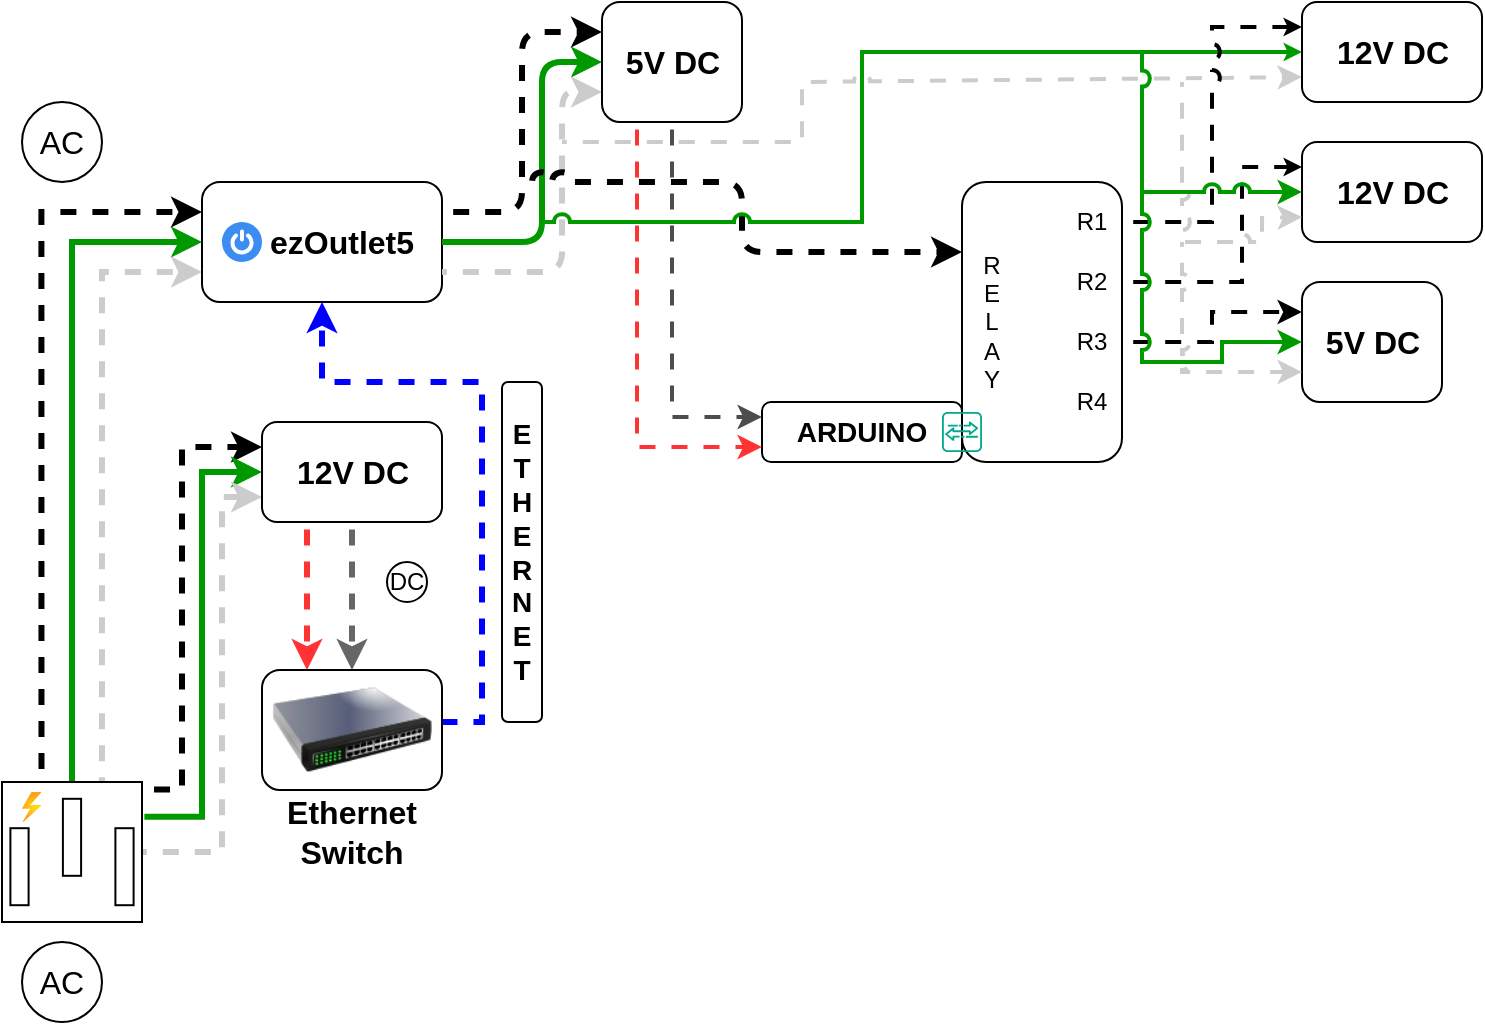
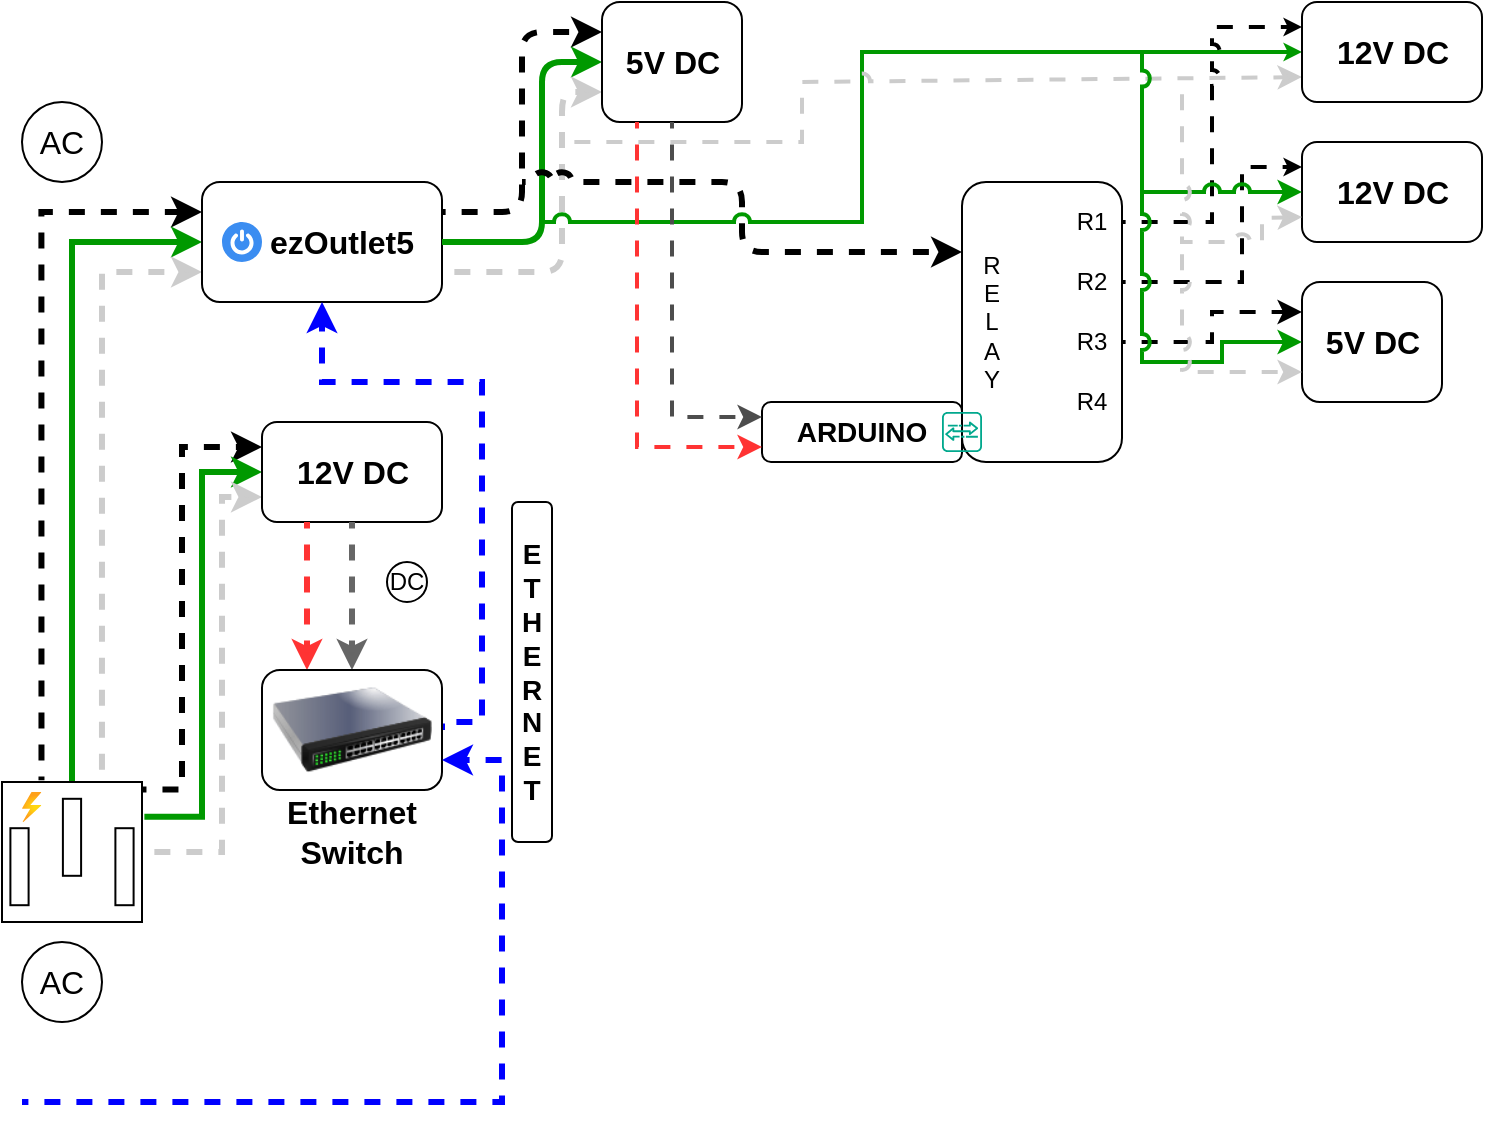
<mxfile host="app.diagrams.net" agent="Mozilla/5.0 (Windows NT 10.0; Win64; x64) AppleWebKit/537.36 (KHTML, like Gecko) Chrome/131.0.0.0 Safari/537.36 Edg/131.0.0.0" version="25.0.3">
  <diagram name="Page-1" id="VlRkN-xOVygPYa-iD9Ir">
-     <mxGraphModel dx="2100" dy="1316" grid="1" gridSize="10" guides="1" tooltips="1" connect="1" arrows="1" fold="1" page="1" pageScale="1" pageWidth="1600" pageHeight="900" background="none" math="0" shadow="0">
+     <mxGraphModel dx="420" dy="263" grid="1" gridSize="10" guides="1" tooltips="1" connect="1" arrows="1" fold="1" page="1" pageScale="1" pageWidth="1600" pageHeight="900" background="none" math="0" shadow="0">
      <root>
        <mxCell id="0" />
        <mxCell id="1" parent="0" />
-         <mxCell id="JVLtuT8sySUBbFbLTn6r-3" style="edgeStyle=orthogonalEdgeStyle;rounded=0;orthogonalLoop=1;jettySize=auto;html=1;entryX=0;entryY=0.25;entryDx=0;entryDy=0;exitX=0.282;exitY=-0.013;exitDx=0;exitDy=0;exitPerimeter=0;strokeWidth=3;flowAnimation=1;flowAnimationDirection=alternate;flowAnimationTimingFunction=ease-in-out;flowAnimationDuration=1500;" edge="1" parent="1" source="pD8juBFKP1GN8B8eYQTb-1" target="pD8juBFKP1GN8B8eYQTb-3">
-           <mxGeometry relative="1" as="geometry" />
-         </mxCell>
-         <mxCell id="JVLtuT8sySUBbFbLTn6r-4" style="edgeStyle=orthogonalEdgeStyle;rounded=0;orthogonalLoop=1;jettySize=auto;html=1;exitX=0.5;exitY=0;exitDx=0;exitDy=0;exitPerimeter=0;entryX=0;entryY=0.5;entryDx=0;entryDy=0;strokeColor=#009900;strokeWidth=3;" edge="1" parent="1" source="pD8juBFKP1GN8B8eYQTb-1" target="pD8juBFKP1GN8B8eYQTb-3">
-           <mxGeometry relative="1" as="geometry" />
-         </mxCell>
-         <mxCell id="JVLtuT8sySUBbFbLTn6r-5" style="edgeStyle=orthogonalEdgeStyle;rounded=0;orthogonalLoop=1;jettySize=auto;html=1;entryX=0;entryY=0.75;entryDx=0;entryDy=0;exitX=0.714;exitY=0;exitDx=0;exitDy=0;exitPerimeter=0;strokeWidth=3;strokeColor=#CCCCCC;flowAnimation=1;flowAnimationDirection=alternate-reverse;flowAnimationTimingFunction=ease-in-out;flowAnimationDuration=1500;" edge="1" parent="1" source="pD8juBFKP1GN8B8eYQTb-1" target="pD8juBFKP1GN8B8eYQTb-3">
+         <mxCell id="JVLtuT8sySUBbFbLTn6r-3" style="edgeStyle=orthogonalEdgeStyle;rounded=0;orthogonalLoop=1;jettySize=auto;html=1;entryX=0;entryY=0.25;entryDx=0;entryDy=0;exitX=0.282;exitY=-0.013;exitDx=0;exitDy=0;exitPerimeter=0;strokeWidth=3;flowAnimation=1;flowAnimationDirection=alternate;flowAnimationTimingFunction=ease-in-out;flowAnimationDuration=1500;" parent="1" source="pD8juBFKP1GN8B8eYQTb-1" target="pD8juBFKP1GN8B8eYQTb-3" edge="1">
+           <mxGeometry relative="1" as="geometry" />
+         </mxCell>
+         <mxCell id="JVLtuT8sySUBbFbLTn6r-4" style="edgeStyle=orthogonalEdgeStyle;rounded=0;orthogonalLoop=1;jettySize=auto;html=1;exitX=0.5;exitY=0;exitDx=0;exitDy=0;exitPerimeter=0;entryX=0;entryY=0.5;entryDx=0;entryDy=0;strokeColor=#009900;strokeWidth=3;" parent="1" source="pD8juBFKP1GN8B8eYQTb-1" target="pD8juBFKP1GN8B8eYQTb-3" edge="1">
+           <mxGeometry relative="1" as="geometry" />
+         </mxCell>
+         <mxCell id="JVLtuT8sySUBbFbLTn6r-5" style="edgeStyle=orthogonalEdgeStyle;rounded=0;orthogonalLoop=1;jettySize=auto;html=1;entryX=0;entryY=0.75;entryDx=0;entryDy=0;exitX=0.714;exitY=0;exitDx=0;exitDy=0;exitPerimeter=0;strokeWidth=3;strokeColor=#CCCCCC;flowAnimation=1;flowAnimationDirection=alternate-reverse;flowAnimationTimingFunction=ease-in-out;flowAnimationDuration=1500;" parent="1" source="pD8juBFKP1GN8B8eYQTb-1" target="pD8juBFKP1GN8B8eYQTb-3" edge="1">
          <mxGeometry relative="1" as="geometry">
            <mxPoint x="120" y="320" as="targetPoint" />
          </mxGeometry>
        </mxCell>
-         <mxCell id="JVLtuT8sySUBbFbLTn6r-6" style="edgeStyle=orthogonalEdgeStyle;rounded=0;orthogonalLoop=1;jettySize=auto;html=1;entryX=0;entryY=0.25;entryDx=0;entryDy=0;exitX=1.006;exitY=0.054;exitDx=0;exitDy=0;exitPerimeter=0;strokeWidth=3;flowAnimation=1;flowAnimationDirection=alternate;flowAnimationTimingFunction=ease-in-out;flowAnimationDuration=1500;" edge="1" parent="1" source="pD8juBFKP1GN8B8eYQTb-1" target="pD8juBFKP1GN8B8eYQTb-24">
+         <mxCell id="JVLtuT8sySUBbFbLTn6r-6" style="edgeStyle=orthogonalEdgeStyle;rounded=0;orthogonalLoop=1;jettySize=auto;html=1;entryX=0;entryY=0.25;entryDx=0;entryDy=0;exitX=1.006;exitY=0.054;exitDx=0;exitDy=0;exitPerimeter=0;strokeWidth=3;flowAnimation=1;flowAnimationDirection=alternate;flowAnimationTimingFunction=ease-in-out;flowAnimationDuration=1500;" parent="1" source="pD8juBFKP1GN8B8eYQTb-1" target="pD8juBFKP1GN8B8eYQTb-24" edge="1">
          <mxGeometry relative="1" as="geometry">
            <Array as="points">
              <mxPoint x="120" y="404" />
              <mxPoint x="120" y="233" />
            </Array>
          </mxGeometry>
        </mxCell>
-         <mxCell id="JVLtuT8sySUBbFbLTn6r-7" style="edgeStyle=orthogonalEdgeStyle;rounded=0;orthogonalLoop=1;jettySize=auto;html=1;entryX=0;entryY=0.5;entryDx=0;entryDy=0;exitX=1.017;exitY=0.249;exitDx=0;exitDy=0;exitPerimeter=0;strokeWidth=3;strokeColor=#009900;" edge="1" parent="1" source="pD8juBFKP1GN8B8eYQTb-1" target="pD8juBFKP1GN8B8eYQTb-24">
-           <mxGeometry relative="1" as="geometry" />
-         </mxCell>
-         <mxCell id="JVLtuT8sySUBbFbLTn6r-8" style="edgeStyle=orthogonalEdgeStyle;rounded=0;orthogonalLoop=1;jettySize=auto;html=1;entryX=0;entryY=0.75;entryDx=0;entryDy=0;strokeColor=#CCCCCC;strokeWidth=3;flowAnimation=1;flowAnimationDirection=alternate-reverse;flowAnimationTimingFunction=ease-in-out;flowAnimationDuration=1500;" edge="1" parent="1" source="pD8juBFKP1GN8B8eYQTb-1" target="pD8juBFKP1GN8B8eYQTb-24">
+         <mxCell id="JVLtuT8sySUBbFbLTn6r-7" style="edgeStyle=orthogonalEdgeStyle;rounded=0;orthogonalLoop=1;jettySize=auto;html=1;entryX=0;entryY=0.5;entryDx=0;entryDy=0;exitX=1.017;exitY=0.249;exitDx=0;exitDy=0;exitPerimeter=0;strokeWidth=3;strokeColor=#009900;" parent="1" source="pD8juBFKP1GN8B8eYQTb-1" target="pD8juBFKP1GN8B8eYQTb-24" edge="1">
+           <mxGeometry relative="1" as="geometry" />
+         </mxCell>
+         <mxCell id="JVLtuT8sySUBbFbLTn6r-8" style="edgeStyle=orthogonalEdgeStyle;rounded=0;orthogonalLoop=1;jettySize=auto;html=1;entryX=0;entryY=0.75;entryDx=0;entryDy=0;strokeColor=#CCCCCC;strokeWidth=3;flowAnimation=1;flowAnimationDirection=alternate-reverse;flowAnimationTimingFunction=ease-in-out;flowAnimationDuration=1500;" parent="1" source="pD8juBFKP1GN8B8eYQTb-1" target="pD8juBFKP1GN8B8eYQTb-24" edge="1">
          <mxGeometry relative="1" as="geometry">
            <Array as="points">
              <mxPoint x="140" y="435" />
              <mxPoint x="140" y="258" />
            </Array>
          </mxGeometry>
        </mxCell>
-         <mxCell id="JVLtuT8sySUBbFbLTn6r-1" value="" style="group" vertex="1" connectable="0" parent="1">
+         <mxCell id="JVLtuT8sySUBbFbLTn6r-1" value="" style="group" parent="1" vertex="1" connectable="0">
          <mxGeometry x="30" y="480" width="60" height="40" as="geometry" />
        </mxCell>
        <mxCell id="pD8juBFKP1GN8B8eYQTb-22" value="AC" style="text;html=1;align=center;verticalAlign=middle;whiteSpace=wrap;rounded=0;fontSize=16;" parent="JVLtuT8sySUBbFbLTn6r-1" vertex="1">
          <mxGeometry y="5" width="60" height="30" as="geometry" />
        </mxCell>
        <mxCell id="pD8juBFKP1GN8B8eYQTb-23" value="" style="ellipse;whiteSpace=wrap;html=1;fillColor=none;" parent="JVLtuT8sySUBbFbLTn6r-1" vertex="1">
          <mxGeometry x="10" width="40" height="40" as="geometry" />
        </mxCell>
-         <mxCell id="JVLtuT8sySUBbFbLTn6r-2" value="" style="group" vertex="1" connectable="0" parent="1">
+         <mxCell id="JVLtuT8sySUBbFbLTn6r-2" value="" style="group" parent="1" vertex="1" connectable="0">
          <mxGeometry x="30" y="60" width="60" height="40" as="geometry" />
        </mxCell>
        <mxCell id="pD8juBFKP1GN8B8eYQTb-9" value="" style="ellipse;whiteSpace=wrap;html=1;fillColor=none;" parent="JVLtuT8sySUBbFbLTn6r-2" vertex="1">
          <mxGeometry x="10" width="40" height="40" as="geometry" />
        </mxCell>
        <mxCell id="pD8juBFKP1GN8B8eYQTb-11" value="AC" style="text;html=1;align=center;verticalAlign=middle;whiteSpace=wrap;rounded=0;fontSize=16;" parent="JVLtuT8sySUBbFbLTn6r-2" vertex="1">
          <mxGeometry y="5" width="60" height="30" as="geometry" />
        </mxCell>
-         <mxCell id="JVLtuT8sySUBbFbLTn6r-9" value="" style="group" vertex="1" connectable="0" parent="1">
+         <mxCell id="JVLtuT8sySUBbFbLTn6r-9" value="" style="group" parent="1" vertex="1" connectable="0">
          <mxGeometry x="130" y="100" width="120" height="60" as="geometry" />
        </mxCell>
-         <mxCell id="JVLtuT8sySUBbFbLTn6r-16" value="" style="group" vertex="1" connectable="0" parent="JVLtuT8sySUBbFbLTn6r-9">
+         <mxCell id="JVLtuT8sySUBbFbLTn6r-16" value="" style="group" parent="JVLtuT8sySUBbFbLTn6r-9" vertex="1" connectable="0">
          <mxGeometry width="120" height="60" as="geometry" />
        </mxCell>
        <mxCell id="pD8juBFKP1GN8B8eYQTb-3" value="" style="rounded=1;whiteSpace=wrap;html=1;" parent="JVLtuT8sySUBbFbLTn6r-16" vertex="1">
          <mxGeometry width="120" height="60" as="geometry" />
        </mxCell>
-         <mxCell id="JVLtuT8sySUBbFbLTn6r-13" value="" style="sketch=0;html=1;aspect=fixed;strokeColor=none;shadow=0;fillColor=#3B8DF1;verticalAlign=top;labelPosition=center;verticalLabelPosition=bottom;shape=mxgraph.gcp2.a7_power" vertex="1" parent="JVLtuT8sySUBbFbLTn6r-16">
+         <mxCell id="JVLtuT8sySUBbFbLTn6r-13" value="" style="sketch=0;html=1;aspect=fixed;strokeColor=none;shadow=0;fillColor=#3B8DF1;verticalAlign=top;labelPosition=center;verticalLabelPosition=bottom;shape=mxgraph.gcp2.a7_power" parent="JVLtuT8sySUBbFbLTn6r-16" vertex="1">
          <mxGeometry x="10" y="20" width="20" height="20" as="geometry" />
        </mxCell>
        <mxCell id="pD8juBFKP1GN8B8eYQTb-15" value="&lt;b&gt;ezOutlet5&lt;/b&gt;" style="text;html=1;align=center;verticalAlign=middle;whiteSpace=wrap;rounded=0;fontSize=16;" parent="JVLtuT8sySUBbFbLTn6r-16" vertex="1">
          <mxGeometry x="40" y="10" width="60" height="40" as="geometry" />
        </mxCell>
-         <mxCell id="JVLtuT8sySUBbFbLTn6r-11" value="" style="group" vertex="1" connectable="0" parent="1">
+         <mxCell id="JVLtuT8sySUBbFbLTn6r-11" value="" style="group" parent="1" vertex="1" connectable="0">
          <mxGeometry x="160" y="220" width="90" height="50" as="geometry" />
        </mxCell>
-         <mxCell id="JVLtuT8sySUBbFbLTn6r-72" value="" style="group" vertex="1" connectable="0" parent="JVLtuT8sySUBbFbLTn6r-11">
+         <mxCell id="JVLtuT8sySUBbFbLTn6r-72" value="" style="group" parent="JVLtuT8sySUBbFbLTn6r-11" vertex="1" connectable="0">
          <mxGeometry width="90" height="50" as="geometry" />
        </mxCell>
        <mxCell id="pD8juBFKP1GN8B8eYQTb-24" value="" style="rounded=1;whiteSpace=wrap;html=1;" parent="JVLtuT8sySUBbFbLTn6r-72" vertex="1">
          <mxGeometry width="90" height="50" as="geometry" />
        </mxCell>
-         <mxCell id="JVLtuT8sySUBbFbLTn6r-10" value="&lt;font style=&quot;font-size: 16px;&quot;&gt;&lt;b&gt;12V DC&lt;/b&gt;&lt;/font&gt;" style="text;html=1;align=center;verticalAlign=middle;whiteSpace=wrap;rounded=0;" vertex="1" parent="JVLtuT8sySUBbFbLTn6r-72">
+         <mxCell id="JVLtuT8sySUBbFbLTn6r-10" value="&lt;font style=&quot;font-size: 16px;&quot;&gt;&lt;b&gt;12V DC&lt;/b&gt;&lt;/font&gt;" style="text;html=1;align=center;verticalAlign=middle;whiteSpace=wrap;rounded=0;" parent="JVLtuT8sySUBbFbLTn6r-72" vertex="1">
          <mxGeometry x="15.75" y="10" width="58.5" height="30" as="geometry" />
        </mxCell>
-         <mxCell id="JVLtuT8sySUBbFbLTn6r-18" value="" style="group" vertex="1" connectable="0" parent="1">
+         <mxCell id="JVLtuT8sySUBbFbLTn6r-18" value="" style="group" parent="1" vertex="1" connectable="0">
          <mxGeometry x="30" y="400" width="70" height="70" as="geometry" />
        </mxCell>
        <mxCell id="pD8juBFKP1GN8B8eYQTb-1" value="" style="pointerEvents=1;verticalLabelPosition=bottom;shadow=0;dashed=0;align=center;html=1;verticalAlign=top;shape=mxgraph.electrical.miscellaneous.ac_out" parent="JVLtuT8sySUBbFbLTn6r-18" vertex="1">
          <mxGeometry width="70" height="70" as="geometry" />
        </mxCell>
-         <mxCell id="JVLtuT8sySUBbFbLTn6r-12" value="" style="image;aspect=fixed;html=1;points=[];align=center;fontSize=12;image=img/lib/azure2/general/Power.svg;" vertex="1" parent="JVLtuT8sySUBbFbLTn6r-18">
+         <mxCell id="JVLtuT8sySUBbFbLTn6r-12" value="" style="image;aspect=fixed;html=1;points=[];align=center;fontSize=12;image=img/lib/azure2/general/Power.svg;" parent="JVLtuT8sySUBbFbLTn6r-18" vertex="1">
          <mxGeometry x="10" y="5" width="9.72" height="15" as="geometry" />
        </mxCell>
-         <mxCell id="JVLtuT8sySUBbFbLTn6r-23" style="edgeStyle=orthogonalEdgeStyle;rounded=0;orthogonalLoop=1;jettySize=auto;html=1;entryX=0.25;entryY=0;entryDx=0;entryDy=0;exitX=0.25;exitY=1;exitDx=0;exitDy=0;strokeColor=#FF3333;strokeWidth=3;flowAnimation=1;" edge="1" parent="1" source="pD8juBFKP1GN8B8eYQTb-24" target="JVLtuT8sySUBbFbLTn6r-19">
-           <mxGeometry relative="1" as="geometry" />
-         </mxCell>
-         <mxCell id="JVLtuT8sySUBbFbLTn6r-28" value="" style="group" vertex="1" connectable="0" parent="1">
+         <mxCell id="JVLtuT8sySUBbFbLTn6r-23" style="edgeStyle=orthogonalEdgeStyle;rounded=0;orthogonalLoop=1;jettySize=auto;html=1;entryX=0.25;entryY=0;entryDx=0;entryDy=0;exitX=0.25;exitY=1;exitDx=0;exitDy=0;strokeColor=#FF3333;strokeWidth=3;flowAnimation=1;" parent="1" source="pD8juBFKP1GN8B8eYQTb-24" target="JVLtuT8sySUBbFbLTn6r-19" edge="1">
+           <mxGeometry relative="1" as="geometry" />
+         </mxCell>
+         <mxCell id="JVLtuT8sySUBbFbLTn6r-28" value="" style="group" parent="1" vertex="1" connectable="0">
          <mxGeometry x="220" y="290" width="25" height="20" as="geometry" />
        </mxCell>
-         <mxCell id="JVLtuT8sySUBbFbLTn6r-26" value="" style="ellipse;whiteSpace=wrap;html=1;aspect=fixed;" vertex="1" parent="JVLtuT8sySUBbFbLTn6r-28">
+         <mxCell id="JVLtuT8sySUBbFbLTn6r-26" value="" style="ellipse;whiteSpace=wrap;html=1;aspect=fixed;" parent="JVLtuT8sySUBbFbLTn6r-28" vertex="1">
          <mxGeometry x="2.5" width="20" height="20" as="geometry" />
        </mxCell>
-         <mxCell id="JVLtuT8sySUBbFbLTn6r-27" value="&lt;font&gt;DC&lt;/font&gt;" style="text;html=1;align=center;verticalAlign=middle;whiteSpace=wrap;rounded=0;" vertex="1" parent="JVLtuT8sySUBbFbLTn6r-28">
+         <mxCell id="JVLtuT8sySUBbFbLTn6r-27" value="&lt;font&gt;DC&lt;/font&gt;" style="text;html=1;align=center;verticalAlign=middle;whiteSpace=wrap;rounded=0;" parent="JVLtuT8sySUBbFbLTn6r-28" vertex="1">
          <mxGeometry y="2.5" width="25" height="15" as="geometry" />
        </mxCell>
-         <mxCell id="JVLtuT8sySUBbFbLTn6r-29" style="edgeStyle=orthogonalEdgeStyle;rounded=0;orthogonalLoop=1;jettySize=auto;html=1;exitX=0.5;exitY=1;exitDx=0;exitDy=0;entryX=0.5;entryY=0;entryDx=0;entryDy=0;strokeWidth=3;flowAnimation=1;strokeColor=#666666;" edge="1" parent="1" source="pD8juBFKP1GN8B8eYQTb-24" target="JVLtuT8sySUBbFbLTn6r-19">
-           <mxGeometry relative="1" as="geometry" />
-         </mxCell>
-         <mxCell id="JVLtuT8sySUBbFbLTn6r-30" style="edgeStyle=orthogonalEdgeStyle;rounded=0;orthogonalLoop=1;jettySize=auto;html=1;exitX=1;exitY=0.5;exitDx=0;exitDy=0;entryX=0.5;entryY=1;entryDx=0;entryDy=0;strokeColor=#0000FF;strokeWidth=3;flowAnimation=1;" edge="1" parent="1" source="JVLtuT8sySUBbFbLTn6r-19" target="pD8juBFKP1GN8B8eYQTb-3">
+         <mxCell id="JVLtuT8sySUBbFbLTn6r-29" style="edgeStyle=orthogonalEdgeStyle;rounded=0;orthogonalLoop=1;jettySize=auto;html=1;exitX=0.5;exitY=1;exitDx=0;exitDy=0;entryX=0.5;entryY=0;entryDx=0;entryDy=0;strokeWidth=3;flowAnimation=1;strokeColor=#666666;" parent="1" source="pD8juBFKP1GN8B8eYQTb-24" target="JVLtuT8sySUBbFbLTn6r-19" edge="1">
+           <mxGeometry relative="1" as="geometry" />
+         </mxCell>
+         <mxCell id="JVLtuT8sySUBbFbLTn6r-30" style="edgeStyle=orthogonalEdgeStyle;rounded=0;orthogonalLoop=1;jettySize=auto;html=1;exitX=1;exitY=0.5;exitDx=0;exitDy=0;entryX=0.5;entryY=1;entryDx=0;entryDy=0;strokeColor=#0000FF;strokeWidth=3;flowAnimation=1;" parent="1" source="JVLtuT8sySUBbFbLTn6r-19" target="pD8juBFKP1GN8B8eYQTb-3" edge="1">
          <mxGeometry relative="1" as="geometry">
            <Array as="points">
              <mxPoint x="270" y="370" />
              <mxPoint x="270" y="200" />
              <mxPoint x="190" y="200" />
            </Array>
          </mxGeometry>
        </mxCell>
-         <mxCell id="JVLtuT8sySUBbFbLTn6r-31" value="" style="rounded=1;whiteSpace=wrap;html=1;" vertex="1" parent="1">
-           <mxGeometry x="280" y="200" width="20" height="170" as="geometry" />
-         </mxCell>
-         <mxCell id="JVLtuT8sySUBbFbLTn6r-32" value="&lt;b&gt;&lt;font style=&quot;font-size: 14px;&quot;&gt;E&lt;/font&gt;&lt;/b&gt;&lt;div&gt;&lt;b&gt;&lt;font style=&quot;font-size: 14px;&quot;&gt;T&lt;/font&gt;&lt;/b&gt;&lt;/div&gt;&lt;div&gt;&lt;b&gt;&lt;font style=&quot;font-size: 14px;&quot;&gt;H&lt;/font&gt;&lt;/b&gt;&lt;/div&gt;&lt;div&gt;&lt;b&gt;&lt;font style=&quot;font-size: 14px;&quot;&gt;E&lt;/font&gt;&lt;/b&gt;&lt;/div&gt;&lt;div&gt;&lt;b&gt;&lt;font style=&quot;font-size: 14px;&quot;&gt;R&lt;/font&gt;&lt;/b&gt;&lt;/div&gt;&lt;div&gt;&lt;b&gt;&lt;font style=&quot;font-size: 14px;&quot;&gt;N&lt;/font&gt;&lt;/b&gt;&lt;/div&gt;&lt;div&gt;&lt;b&gt;&lt;font style=&quot;font-size: 14px;&quot;&gt;E&lt;/font&gt;&lt;/b&gt;&lt;/div&gt;&lt;div&gt;&lt;b&gt;&lt;font style=&quot;font-size: 14px;&quot;&gt;T&lt;/font&gt;&lt;/b&gt;&lt;/div&gt;" style="text;html=1;align=center;verticalAlign=middle;whiteSpace=wrap;rounded=0;" vertex="1" parent="1">
-           <mxGeometry x="275" y="180" width="30" height="210" as="geometry" />
-         </mxCell>
-         <mxCell id="JVLtuT8sySUBbFbLTn6r-33" value="" style="rounded=1;whiteSpace=wrap;html=1;" vertex="1" parent="1">
+         <mxCell id="JVLtuT8sySUBbFbLTn6r-33" value="" style="rounded=1;whiteSpace=wrap;html=1;" parent="1" vertex="1">
          <mxGeometry x="510" y="100" width="80" height="140" as="geometry" />
        </mxCell>
-         <mxCell id="JVLtuT8sySUBbFbLTn6r-35" style="edgeStyle=orthogonalEdgeStyle;rounded=1;orthogonalLoop=1;jettySize=auto;html=1;exitX=1;exitY=0.25;exitDx=0;exitDy=0;entryX=0;entryY=0.25;entryDx=0;entryDy=0;curved=0;strokeWidth=3;flowAnimation=1;flowAnimationDirection=alternate;flowAnimationTimingFunction=ease-in-out;flowAnimationDuration=1500;" edge="1" parent="1" source="pD8juBFKP1GN8B8eYQTb-3" target="JVLtuT8sySUBbFbLTn6r-34">
-           <mxGeometry relative="1" as="geometry" />
-         </mxCell>
-         <mxCell id="JVLtuT8sySUBbFbLTn6r-36" style="edgeStyle=orthogonalEdgeStyle;rounded=1;orthogonalLoop=1;jettySize=auto;html=1;exitX=1;exitY=0.5;exitDx=0;exitDy=0;entryX=0;entryY=0.5;entryDx=0;entryDy=0;curved=0;strokeWidth=3;strokeColor=#009900;" edge="1" parent="1" source="pD8juBFKP1GN8B8eYQTb-3" target="JVLtuT8sySUBbFbLTn6r-34">
+         <mxCell id="JVLtuT8sySUBbFbLTn6r-35" style="edgeStyle=orthogonalEdgeStyle;rounded=1;orthogonalLoop=1;jettySize=auto;html=1;exitX=1;exitY=0.25;exitDx=0;exitDy=0;entryX=0;entryY=0.25;entryDx=0;entryDy=0;curved=0;strokeWidth=3;flowAnimation=1;flowAnimationDirection=alternate;flowAnimationTimingFunction=ease-in-out;flowAnimationDuration=1500;" parent="1" source="pD8juBFKP1GN8B8eYQTb-3" target="JVLtuT8sySUBbFbLTn6r-34" edge="1">
+           <mxGeometry relative="1" as="geometry" />
+         </mxCell>
+         <mxCell id="JVLtuT8sySUBbFbLTn6r-36" style="edgeStyle=orthogonalEdgeStyle;rounded=1;orthogonalLoop=1;jettySize=auto;html=1;exitX=1;exitY=0.5;exitDx=0;exitDy=0;entryX=0;entryY=0.5;entryDx=0;entryDy=0;curved=0;strokeWidth=3;strokeColor=#009900;" parent="1" source="pD8juBFKP1GN8B8eYQTb-3" target="JVLtuT8sySUBbFbLTn6r-34" edge="1">
          <mxGeometry relative="1" as="geometry">
            <Array as="points">
              <mxPoint x="300" y="130" />
              <mxPoint x="300" y="40" />
            </Array>
          </mxGeometry>
        </mxCell>
-         <mxCell id="JVLtuT8sySUBbFbLTn6r-37" style="edgeStyle=orthogonalEdgeStyle;rounded=1;orthogonalLoop=1;jettySize=auto;html=1;exitX=1;exitY=0.75;exitDx=0;exitDy=0;entryX=0;entryY=0.75;entryDx=0;entryDy=0;curved=0;strokeColor=#CCCCCC;strokeWidth=3;flowAnimation=1;flowAnimationDirection=alternate-reverse;flowAnimationTimingFunction=ease-in-out;flowAnimationDuration=1500;" edge="1" parent="1" source="pD8juBFKP1GN8B8eYQTb-3" target="JVLtuT8sySUBbFbLTn6r-34">
+         <mxCell id="JVLtuT8sySUBbFbLTn6r-37" style="edgeStyle=orthogonalEdgeStyle;rounded=1;orthogonalLoop=1;jettySize=auto;html=1;exitX=1;exitY=0.75;exitDx=0;exitDy=0;entryX=0;entryY=0.75;entryDx=0;entryDy=0;curved=0;strokeColor=#CCCCCC;strokeWidth=3;flowAnimation=1;flowAnimationDirection=alternate-reverse;flowAnimationTimingFunction=ease-in-out;flowAnimationDuration=1500;" parent="1" source="pD8juBFKP1GN8B8eYQTb-3" target="JVLtuT8sySUBbFbLTn6r-34" edge="1">
          <mxGeometry relative="1" as="geometry">
            <Array as="points">
              <mxPoint x="310" y="145" />
              <mxPoint x="310" y="55" />
            </Array>
          </mxGeometry>
        </mxCell>
-         <mxCell id="JVLtuT8sySUBbFbLTn6r-40" value="" style="endArrow=classic;html=1;rounded=1;curved=0;entryX=0;entryY=0.25;entryDx=0;entryDy=0;jumpStyle=arc;strokeWidth=3;flowAnimation=1;flowAnimationDirection=alternate;flowAnimationTimingFunction=ease-in-out;flowAnimationDuration=1500;" edge="1" parent="1" target="JVLtuT8sySUBbFbLTn6r-33">
+         <mxCell id="JVLtuT8sySUBbFbLTn6r-40" value="" style="endArrow=classic;html=1;rounded=1;curved=0;entryX=0;entryY=0.25;entryDx=0;entryDy=0;jumpStyle=arc;strokeWidth=3;flowAnimation=1;flowAnimationDirection=alternate;flowAnimationTimingFunction=ease-in-out;flowAnimationDuration=1500;" parent="1" target="JVLtuT8sySUBbFbLTn6r-33" edge="1">
          <mxGeometry width="50" height="50" relative="1" as="geometry">
            <mxPoint x="290" y="100" as="sourcePoint" />
            <mxPoint x="410" y="170" as="targetPoint" />
            <Array as="points">
              <mxPoint x="400" y="100" />
              <mxPoint x="400" y="135" />
            </Array>
          </mxGeometry>
        </mxCell>
-         <mxCell id="JVLtuT8sySUBbFbLTn6r-51" value="" style="group" vertex="1" connectable="0" parent="1">
+         <mxCell id="JVLtuT8sySUBbFbLTn6r-51" value="" style="group" parent="1" vertex="1" connectable="0">
          <mxGeometry x="160" y="344" width="90" height="96" as="geometry" />
        </mxCell>
-         <mxCell id="JVLtuT8sySUBbFbLTn6r-21" value="" style="group" vertex="1" connectable="0" parent="JVLtuT8sySUBbFbLTn6r-51">
+         <mxCell id="JVLtuT8sySUBbFbLTn6r-21" value="" style="group" parent="JVLtuT8sySUBbFbLTn6r-51" vertex="1" connectable="0">
          <mxGeometry width="90" height="70" as="geometry" />
        </mxCell>
-         <mxCell id="JVLtuT8sySUBbFbLTn6r-50" value="" style="group" vertex="1" connectable="0" parent="JVLtuT8sySUBbFbLTn6r-21">
+         <mxCell id="JVLtuT8sySUBbFbLTn6r-50" value="" style="group" parent="JVLtuT8sySUBbFbLTn6r-21" vertex="1" connectable="0">
          <mxGeometry width="90" height="70" as="geometry" />
        </mxCell>
-         <mxCell id="JVLtuT8sySUBbFbLTn6r-19" value="" style="rounded=1;whiteSpace=wrap;html=1;" vertex="1" parent="JVLtuT8sySUBbFbLTn6r-50">
+         <mxCell id="JVLtuT8sySUBbFbLTn6r-19" value="" style="rounded=1;whiteSpace=wrap;html=1;" parent="JVLtuT8sySUBbFbLTn6r-50" vertex="1">
          <mxGeometry width="90" height="60" as="geometry" />
        </mxCell>
-         <mxCell id="JVLtuT8sySUBbFbLTn6r-49" value="" style="image;html=1;image=img/lib/clip_art/networking/Switch_128x128.png" vertex="1" parent="JVLtuT8sySUBbFbLTn6r-50">
+         <mxCell id="JVLtuT8sySUBbFbLTn6r-49" value="" style="image;html=1;image=img/lib/clip_art/networking/Switch_128x128.png" parent="JVLtuT8sySUBbFbLTn6r-50" vertex="1">
          <mxGeometry x="5" y="-10" width="80" height="80" as="geometry" />
        </mxCell>
-         <mxCell id="JVLtuT8sySUBbFbLTn6r-20" value="&lt;b&gt;&lt;font style=&quot;font-size: 16px;&quot;&gt;Ethernet&lt;/font&gt;&lt;/b&gt;&lt;div&gt;&lt;b&gt;&lt;font style=&quot;font-size: 16px;&quot;&gt;Switch&lt;/font&gt;&lt;/b&gt;&lt;/div&gt;" style="text;html=1;align=center;verticalAlign=middle;whiteSpace=wrap;rounded=0;" vertex="1" parent="JVLtuT8sySUBbFbLTn6r-51">
+         <mxCell id="JVLtuT8sySUBbFbLTn6r-20" value="&lt;b&gt;&lt;font style=&quot;font-size: 16px;&quot;&gt;Ethernet&lt;/font&gt;&lt;/b&gt;&lt;div&gt;&lt;b&gt;&lt;font style=&quot;font-size: 16px;&quot;&gt;Switch&lt;/font&gt;&lt;/b&gt;&lt;/div&gt;" style="text;html=1;align=center;verticalAlign=middle;whiteSpace=wrap;rounded=0;" parent="JVLtuT8sySUBbFbLTn6r-51" vertex="1">
          <mxGeometry x="15" y="66" width="60" height="30" as="geometry" />
        </mxCell>
-         <mxCell id="JVLtuT8sySUBbFbLTn6r-53" value="" style="group" vertex="1" connectable="0" parent="1">
+         <mxCell id="JVLtuT8sySUBbFbLTn6r-53" value="" style="group" parent="1" vertex="1" connectable="0">
          <mxGeometry x="330" y="10" width="70" height="60" as="geometry" />
        </mxCell>
-         <mxCell id="JVLtuT8sySUBbFbLTn6r-71" value="" style="group" vertex="1" connectable="0" parent="JVLtuT8sySUBbFbLTn6r-53">
+         <mxCell id="JVLtuT8sySUBbFbLTn6r-71" value="" style="group" parent="JVLtuT8sySUBbFbLTn6r-53" vertex="1" connectable="0">
          <mxGeometry width="70" height="60" as="geometry" />
        </mxCell>
-         <mxCell id="JVLtuT8sySUBbFbLTn6r-34" value="" style="rounded=1;whiteSpace=wrap;html=1;" vertex="1" parent="JVLtuT8sySUBbFbLTn6r-71">
+         <mxCell id="JVLtuT8sySUBbFbLTn6r-34" value="" style="rounded=1;whiteSpace=wrap;html=1;" parent="JVLtuT8sySUBbFbLTn6r-71" vertex="1">
          <mxGeometry width="70" height="60" as="geometry" />
        </mxCell>
-         <mxCell id="JVLtuT8sySUBbFbLTn6r-52" value="&lt;font style=&quot;font-size: 16px;&quot;&gt;&lt;b&gt;5&lt;/b&gt;&lt;/font&gt;&lt;b style=&quot;font-size: 16px; background-color: initial;&quot;&gt;V DC&lt;/b&gt;" style="text;html=1;align=center;verticalAlign=middle;whiteSpace=wrap;rounded=0;" vertex="1" parent="JVLtuT8sySUBbFbLTn6r-71">
+         <mxCell id="JVLtuT8sySUBbFbLTn6r-52" value="&lt;font style=&quot;font-size: 16px;&quot;&gt;&lt;b&gt;5&lt;/b&gt;&lt;/font&gt;&lt;b style=&quot;font-size: 16px; background-color: initial;&quot;&gt;V DC&lt;/b&gt;" style="text;html=1;align=center;verticalAlign=middle;whiteSpace=wrap;rounded=0;" parent="JVLtuT8sySUBbFbLTn6r-71" vertex="1">
          <mxGeometry x="5.75" y="15" width="58.5" height="30" as="geometry" />
        </mxCell>
-         <mxCell id="JVLtuT8sySUBbFbLTn6r-54" value="" style="endArrow=classic;html=1;rounded=0;entryX=0;entryY=0.5;entryDx=0;entryDy=0;jumpStyle=arc;strokeColor=#009900;strokeWidth=2;endSize=3;" edge="1" parent="1" target="JVLtuT8sySUBbFbLTn6r-74">
+         <mxCell id="JVLtuT8sySUBbFbLTn6r-54" value="" style="endArrow=classic;html=1;rounded=0;entryX=0;entryY=0.5;entryDx=0;entryDy=0;jumpStyle=arc;strokeColor=#009900;strokeWidth=2;endSize=3;" parent="1" target="JVLtuT8sySUBbFbLTn6r-74" edge="1">
          <mxGeometry width="50" height="50" relative="1" as="geometry">
            <mxPoint x="300" y="120" as="sourcePoint" />
            <mxPoint x="350" y="80" as="targetPoint" />
            <Array as="points">
              <mxPoint x="460" y="120" />
              <mxPoint x="460" y="35" />
            </Array>
          </mxGeometry>
        </mxCell>
-         <mxCell id="JVLtuT8sySUBbFbLTn6r-55" value="" style="endArrow=classic;html=1;rounded=0;entryX=0;entryY=0.75;entryDx=0;entryDy=0;strokeColor=#CCCCCC;strokeWidth=2;jumpStyle=arc;flowAnimation=1;flowAnimationDirection=alternate-reverse;flowAnimationTimingFunction=ease-in-out;flowAnimationDuration=1500;" edge="1" parent="1" target="JVLtuT8sySUBbFbLTn6r-74">
+         <mxCell id="JVLtuT8sySUBbFbLTn6r-55" value="" style="endArrow=classic;html=1;rounded=0;entryX=0;entryY=0.75;entryDx=0;entryDy=0;strokeColor=#CCCCCC;strokeWidth=2;jumpStyle=arc;flowAnimation=1;flowAnimationDirection=alternate-reverse;flowAnimationTimingFunction=ease-in-out;flowAnimationDuration=1500;" parent="1" target="JVLtuT8sySUBbFbLTn6r-74" edge="1">
          <mxGeometry width="50" height="50" relative="1" as="geometry">
            <mxPoint x="310" y="80" as="sourcePoint" />
            <mxPoint x="350" y="140" as="targetPoint" />
            <Array as="points">
              <mxPoint x="430" y="80" />
              <mxPoint x="430" y="50" />
              <mxPoint x="520" y="50" />
            </Array>
          </mxGeometry>
        </mxCell>
-         <mxCell id="JVLtuT8sySUBbFbLTn6r-56" value="R&lt;div&gt;E&lt;/div&gt;&lt;div&gt;L&lt;/div&gt;&lt;div&gt;A&lt;/div&gt;&lt;div&gt;Y&lt;/div&gt;" style="text;html=1;align=center;verticalAlign=middle;whiteSpace=wrap;rounded=0;" vertex="1" parent="1">
+         <mxCell id="JVLtuT8sySUBbFbLTn6r-56" value="R&lt;div&gt;E&lt;/div&gt;&lt;div&gt;L&lt;/div&gt;&lt;div&gt;A&lt;/div&gt;&lt;div&gt;Y&lt;/div&gt;" style="text;html=1;align=center;verticalAlign=middle;whiteSpace=wrap;rounded=0;" parent="1" vertex="1">
          <mxGeometry x="510" y="135" width="30" height="70" as="geometry" />
        </mxCell>
-         <mxCell id="JVLtuT8sySUBbFbLTn6r-79" style="edgeStyle=orthogonalEdgeStyle;rounded=0;orthogonalLoop=1;jettySize=auto;html=1;exitX=1;exitY=0.5;exitDx=0;exitDy=0;entryX=0;entryY=0.25;entryDx=0;entryDy=0;strokeWidth=2;flowAnimation=1;flowAnimationDirection=alternate;flowAnimationTimingFunction=ease-in-out;flowAnimationDuration=1500;jumpStyle=arc;endSize=3;" edge="1" parent="1" source="JVLtuT8sySUBbFbLTn6r-57" target="JVLtuT8sySUBbFbLTn6r-74">
-           <mxGeometry relative="1" as="geometry" />
-         </mxCell>
-         <mxCell id="JVLtuT8sySUBbFbLTn6r-57" value="R1" style="text;html=1;align=center;verticalAlign=middle;whiteSpace=wrap;rounded=0;" vertex="1" parent="1">
+         <mxCell id="JVLtuT8sySUBbFbLTn6r-79" style="edgeStyle=orthogonalEdgeStyle;rounded=0;orthogonalLoop=1;jettySize=auto;html=1;exitX=1;exitY=0.5;exitDx=0;exitDy=0;entryX=0;entryY=0.25;entryDx=0;entryDy=0;strokeWidth=2;flowAnimation=1;flowAnimationDirection=alternate;flowAnimationTimingFunction=ease-in-out;flowAnimationDuration=1500;jumpStyle=arc;endSize=3;" parent="1" source="JVLtuT8sySUBbFbLTn6r-57" target="JVLtuT8sySUBbFbLTn6r-74" edge="1">
+           <mxGeometry relative="1" as="geometry" />
+         </mxCell>
+         <mxCell id="JVLtuT8sySUBbFbLTn6r-57" value="R1" style="text;html=1;align=center;verticalAlign=middle;whiteSpace=wrap;rounded=0;" parent="1" vertex="1">
          <mxGeometry x="560" y="105" width="30" height="30" as="geometry" />
        </mxCell>
-         <mxCell id="JVLtuT8sySUBbFbLTn6r-80" style="edgeStyle=orthogonalEdgeStyle;rounded=0;orthogonalLoop=1;jettySize=auto;html=1;exitX=1;exitY=0.5;exitDx=0;exitDy=0;entryX=0;entryY=0.25;entryDx=0;entryDy=0;strokeWidth=2;flowAnimation=1;flowAnimationDirection=alternate;flowAnimationTimingFunction=ease-in-out;flowAnimationDuration=1500;endSize=3;jumpStyle=arc;" edge="1" parent="1" source="JVLtuT8sySUBbFbLTn6r-58" target="JVLtuT8sySUBbFbLTn6r-77">
+         <mxCell id="JVLtuT8sySUBbFbLTn6r-80" style="edgeStyle=orthogonalEdgeStyle;rounded=0;orthogonalLoop=1;jettySize=auto;html=1;exitX=1;exitY=0.5;exitDx=0;exitDy=0;entryX=0;entryY=0.25;entryDx=0;entryDy=0;strokeWidth=2;flowAnimation=1;flowAnimationDirection=alternate;flowAnimationTimingFunction=ease-in-out;flowAnimationDuration=1500;endSize=3;jumpStyle=arc;" parent="1" source="JVLtuT8sySUBbFbLTn6r-58" target="JVLtuT8sySUBbFbLTn6r-77" edge="1">
          <mxGeometry relative="1" as="geometry">
            <Array as="points">
              <mxPoint x="650" y="150" />
              <mxPoint x="650" y="93" />
            </Array>
          </mxGeometry>
        </mxCell>
-         <mxCell id="JVLtuT8sySUBbFbLTn6r-58" value="R2" style="text;html=1;align=center;verticalAlign=middle;whiteSpace=wrap;rounded=0;" vertex="1" parent="1">
+         <mxCell id="JVLtuT8sySUBbFbLTn6r-58" value="R2" style="text;html=1;align=center;verticalAlign=middle;whiteSpace=wrap;rounded=0;" parent="1" vertex="1">
          <mxGeometry x="560" y="135" width="30" height="30" as="geometry" />
        </mxCell>
-         <mxCell id="JVLtuT8sySUBbFbLTn6r-81" style="edgeStyle=orthogonalEdgeStyle;rounded=0;orthogonalLoop=1;jettySize=auto;html=1;exitX=1;exitY=0.5;exitDx=0;exitDy=0;entryX=0;entryY=0.25;entryDx=0;entryDy=0;strokeWidth=2;flowAnimation=1;flowAnimationDirection=alternate;flowAnimationTimingFunction=ease-in-out;flowAnimationDuration=1500;jumpStyle=arc;" edge="1" parent="1" source="JVLtuT8sySUBbFbLTn6r-59" target="JVLtuT8sySUBbFbLTn6r-63">
-           <mxGeometry relative="1" as="geometry" />
-         </mxCell>
-         <mxCell id="JVLtuT8sySUBbFbLTn6r-59" value="R3" style="text;html=1;align=center;verticalAlign=middle;whiteSpace=wrap;rounded=0;" vertex="1" parent="1">
+         <mxCell id="JVLtuT8sySUBbFbLTn6r-81" style="edgeStyle=orthogonalEdgeStyle;rounded=0;orthogonalLoop=1;jettySize=auto;html=1;exitX=1;exitY=0.5;exitDx=0;exitDy=0;entryX=0;entryY=0.25;entryDx=0;entryDy=0;strokeWidth=2;flowAnimation=1;flowAnimationDirection=alternate;flowAnimationTimingFunction=ease-in-out;flowAnimationDuration=1500;jumpStyle=arc;" parent="1" source="JVLtuT8sySUBbFbLTn6r-59" target="JVLtuT8sySUBbFbLTn6r-63" edge="1">
+           <mxGeometry relative="1" as="geometry" />
+         </mxCell>
+         <mxCell id="JVLtuT8sySUBbFbLTn6r-59" value="R3" style="text;html=1;align=center;verticalAlign=middle;whiteSpace=wrap;rounded=0;" parent="1" vertex="1">
          <mxGeometry x="560" y="165" width="30" height="30" as="geometry" />
        </mxCell>
-         <mxCell id="JVLtuT8sySUBbFbLTn6r-60" value="R4" style="text;html=1;align=center;verticalAlign=middle;whiteSpace=wrap;rounded=0;" vertex="1" parent="1">
+         <mxCell id="JVLtuT8sySUBbFbLTn6r-60" value="R4" style="text;html=1;align=center;verticalAlign=middle;whiteSpace=wrap;rounded=0;" parent="1" vertex="1">
          <mxGeometry x="560" y="195" width="30" height="30" as="geometry" />
        </mxCell>
-         <mxCell id="JVLtuT8sySUBbFbLTn6r-67" value="" style="group" vertex="1" connectable="0" parent="1">
+         <mxCell id="JVLtuT8sySUBbFbLTn6r-67" value="" style="group" parent="1" vertex="1" connectable="0">
          <mxGeometry x="680" y="150" width="70" height="60" as="geometry" />
        </mxCell>
-         <mxCell id="JVLtuT8sySUBbFbLTn6r-63" value="" style="rounded=1;whiteSpace=wrap;html=1;" vertex="1" parent="JVLtuT8sySUBbFbLTn6r-67">
+         <mxCell id="JVLtuT8sySUBbFbLTn6r-63" value="" style="rounded=1;whiteSpace=wrap;html=1;" parent="JVLtuT8sySUBbFbLTn6r-67" vertex="1">
          <mxGeometry width="70" height="60" as="geometry" />
        </mxCell>
-         <mxCell id="JVLtuT8sySUBbFbLTn6r-62" value="" style="group" vertex="1" connectable="0" parent="JVLtuT8sySUBbFbLTn6r-67">
+         <mxCell id="JVLtuT8sySUBbFbLTn6r-62" value="" style="group" parent="JVLtuT8sySUBbFbLTn6r-67" vertex="1" connectable="0">
          <mxGeometry width="70" height="60" as="geometry" />
        </mxCell>
-         <mxCell id="JVLtuT8sySUBbFbLTn6r-64" value="&lt;font style=&quot;font-size: 16px;&quot;&gt;&lt;b&gt;5&lt;/b&gt;&lt;/font&gt;&lt;b style=&quot;font-size: 16px; background-color: initial;&quot;&gt;V DC&lt;/b&gt;" style="text;html=1;align=center;verticalAlign=middle;whiteSpace=wrap;rounded=0;" vertex="1" parent="JVLtuT8sySUBbFbLTn6r-62">
+         <mxCell id="JVLtuT8sySUBbFbLTn6r-64" value="&lt;font style=&quot;font-size: 16px;&quot;&gt;&lt;b&gt;5&lt;/b&gt;&lt;/font&gt;&lt;b style=&quot;font-size: 16px; background-color: initial;&quot;&gt;V DC&lt;/b&gt;" style="text;html=1;align=center;verticalAlign=middle;whiteSpace=wrap;rounded=0;" parent="JVLtuT8sySUBbFbLTn6r-62" vertex="1">
          <mxGeometry x="5.75" y="15" width="58.5" height="30" as="geometry" />
        </mxCell>
-         <mxCell id="JVLtuT8sySUBbFbLTn6r-73" value="" style="group" vertex="1" connectable="0" parent="1">
+         <mxCell id="JVLtuT8sySUBbFbLTn6r-73" value="" style="group" parent="1" vertex="1" connectable="0">
          <mxGeometry x="680" y="10" width="90" height="50" as="geometry" />
        </mxCell>
-         <mxCell id="JVLtuT8sySUBbFbLTn6r-74" value="" style="rounded=1;whiteSpace=wrap;html=1;" vertex="1" parent="JVLtuT8sySUBbFbLTn6r-73">
+         <mxCell id="JVLtuT8sySUBbFbLTn6r-74" value="" style="rounded=1;whiteSpace=wrap;html=1;" parent="JVLtuT8sySUBbFbLTn6r-73" vertex="1">
          <mxGeometry width="90" height="50" as="geometry" />
        </mxCell>
-         <mxCell id="JVLtuT8sySUBbFbLTn6r-75" value="&lt;font style=&quot;font-size: 16px;&quot;&gt;&lt;b&gt;12V DC&lt;/b&gt;&lt;/font&gt;" style="text;html=1;align=center;verticalAlign=middle;whiteSpace=wrap;rounded=0;" vertex="1" parent="JVLtuT8sySUBbFbLTn6r-73">
+         <mxCell id="JVLtuT8sySUBbFbLTn6r-75" value="&lt;font style=&quot;font-size: 16px;&quot;&gt;&lt;b&gt;12V DC&lt;/b&gt;&lt;/font&gt;" style="text;html=1;align=center;verticalAlign=middle;whiteSpace=wrap;rounded=0;" parent="JVLtuT8sySUBbFbLTn6r-73" vertex="1">
          <mxGeometry x="15.75" y="10" width="58.5" height="30" as="geometry" />
        </mxCell>
-         <mxCell id="JVLtuT8sySUBbFbLTn6r-76" value="" style="group" vertex="1" connectable="0" parent="1">
+         <mxCell id="JVLtuT8sySUBbFbLTn6r-76" value="" style="group" parent="1" vertex="1" connectable="0">
          <mxGeometry x="680" y="80" width="90" height="50" as="geometry" />
        </mxCell>
-         <mxCell id="JVLtuT8sySUBbFbLTn6r-77" value="" style="rounded=1;whiteSpace=wrap;html=1;" vertex="1" parent="JVLtuT8sySUBbFbLTn6r-76">
+         <mxCell id="JVLtuT8sySUBbFbLTn6r-77" value="" style="rounded=1;whiteSpace=wrap;html=1;" parent="JVLtuT8sySUBbFbLTn6r-76" vertex="1">
          <mxGeometry width="90" height="50" as="geometry" />
        </mxCell>
-         <mxCell id="JVLtuT8sySUBbFbLTn6r-78" value="&lt;font style=&quot;font-size: 16px;&quot;&gt;&lt;b&gt;12V DC&lt;/b&gt;&lt;/font&gt;" style="text;html=1;align=center;verticalAlign=middle;whiteSpace=wrap;rounded=0;" vertex="1" parent="JVLtuT8sySUBbFbLTn6r-76">
+         <mxCell id="JVLtuT8sySUBbFbLTn6r-78" value="&lt;font style=&quot;font-size: 16px;&quot;&gt;&lt;b&gt;12V DC&lt;/b&gt;&lt;/font&gt;" style="text;html=1;align=center;verticalAlign=middle;whiteSpace=wrap;rounded=0;" parent="JVLtuT8sySUBbFbLTn6r-76" vertex="1">
          <mxGeometry x="15.75" y="10" width="58.5" height="30" as="geometry" />
        </mxCell>
-         <mxCell id="JVLtuT8sySUBbFbLTn6r-82" value="" style="endArrow=classic;html=1;rounded=0;entryX=0;entryY=0.5;entryDx=0;entryDy=0;jumpStyle=arc;strokeColor=#009900;strokeWidth=2;" edge="1" parent="1" target="JVLtuT8sySUBbFbLTn6r-77">
+         <mxCell id="JVLtuT8sySUBbFbLTn6r-82" value="" style="endArrow=classic;html=1;rounded=0;entryX=0;entryY=0.5;entryDx=0;entryDy=0;jumpStyle=arc;strokeColor=#009900;strokeWidth=2;" parent="1" target="JVLtuT8sySUBbFbLTn6r-77" edge="1">
          <mxGeometry width="50" height="50" relative="1" as="geometry">
            <mxPoint x="600" y="35" as="sourcePoint" />
            <mxPoint x="660" y="105" as="targetPoint" />
            <Array as="points">
              <mxPoint x="600" y="105" />
            </Array>
          </mxGeometry>
        </mxCell>
-         <mxCell id="JVLtuT8sySUBbFbLTn6r-83" value="" style="endArrow=classic;html=1;rounded=0;entryX=0;entryY=0.75;entryDx=0;entryDy=0;strokeWidth=2;strokeColor=#CCCCCC;flowAnimation=1;flowAnimationTimingFunction=ease-in-out;flowAnimationDirection=alternate-reverse;jumpStyle=arc;flowAnimationDuration=1500;" edge="1" parent="1" target="JVLtuT8sySUBbFbLTn6r-77">
+         <mxCell id="JVLtuT8sySUBbFbLTn6r-83" value="" style="endArrow=classic;html=1;rounded=0;entryX=0;entryY=0.75;entryDx=0;entryDy=0;strokeWidth=2;strokeColor=#CCCCCC;flowAnimation=1;flowAnimationTimingFunction=ease-in-out;flowAnimationDirection=alternate-reverse;jumpStyle=arc;flowAnimationDuration=1500;" parent="1" target="JVLtuT8sySUBbFbLTn6r-77" edge="1">
          <mxGeometry width="50" height="50" relative="1" as="geometry">
            <mxPoint x="620" y="50" as="sourcePoint" />
            <mxPoint x="480" y="40" as="targetPoint" />
            <Array as="points">
              <mxPoint x="620" y="130" />
              <mxPoint x="660" y="130" />
              <mxPoint x="660" y="118" />
            </Array>
          </mxGeometry>
        </mxCell>
-         <mxCell id="JVLtuT8sySUBbFbLTn6r-88" value="" style="endArrow=classic;html=1;rounded=0;entryX=0;entryY=0.5;entryDx=0;entryDy=0;strokeColor=#009900;strokeWidth=2;jumpStyle=arc;" edge="1" parent="1" target="JVLtuT8sySUBbFbLTn6r-63">
+         <mxCell id="JVLtuT8sySUBbFbLTn6r-88" value="" style="endArrow=classic;html=1;rounded=0;entryX=0;entryY=0.5;entryDx=0;entryDy=0;strokeColor=#009900;strokeWidth=2;jumpStyle=arc;" parent="1" target="JVLtuT8sySUBbFbLTn6r-63" edge="1">
          <mxGeometry width="50" height="50" relative="1" as="geometry">
            <mxPoint x="600" y="100" as="sourcePoint" />
            <mxPoint x="600" y="140" as="targetPoint" />
            <Array as="points">
              <mxPoint x="600" y="190" />
              <mxPoint x="640" y="190" />
              <mxPoint x="640" y="180" />
            </Array>
          </mxGeometry>
        </mxCell>
-         <mxCell id="JVLtuT8sySUBbFbLTn6r-89" value="" style="endArrow=classic;html=1;rounded=0;entryX=0;entryY=0.75;entryDx=0;entryDy=0;strokeWidth=2;strokeColor=#CCCCCC;flowAnimation=1;jumpStyle=arc;flowAnimationTimingFunction=ease-in-out;flowAnimationDirection=alternate-reverse;flowAnimationDuration=1500;" edge="1" parent="1" target="JVLtuT8sySUBbFbLTn6r-63">
+         <mxCell id="JVLtuT8sySUBbFbLTn6r-89" value="" style="endArrow=classic;html=1;rounded=0;entryX=0;entryY=0.75;entryDx=0;entryDy=0;strokeWidth=2;strokeColor=#CCCCCC;flowAnimation=1;jumpStyle=arc;flowAnimationTimingFunction=ease-in-out;flowAnimationDirection=alternate-reverse;flowAnimationDuration=1500;" parent="1" target="JVLtuT8sySUBbFbLTn6r-63" edge="1">
          <mxGeometry width="50" height="50" relative="1" as="geometry">
            <mxPoint x="620" y="130" as="sourcePoint" />
            <mxPoint x="600" y="100" as="targetPoint" />
            <Array as="points">
              <mxPoint x="620" y="195" />
            </Array>
          </mxGeometry>
        </mxCell>
-         <mxCell id="JVLtuT8sySUBbFbLTn6r-90" value="&lt;b&gt;&lt;font style=&quot;font-size: 14px;&quot;&gt;ARDUINO&lt;/font&gt;&lt;/b&gt;" style="rounded=1;whiteSpace=wrap;html=1;" vertex="1" parent="1">
+         <mxCell id="JVLtuT8sySUBbFbLTn6r-90" value="&lt;b&gt;&lt;font style=&quot;font-size: 14px;&quot;&gt;ARDUINO&lt;/font&gt;&lt;/b&gt;" style="rounded=1;whiteSpace=wrap;html=1;" parent="1" vertex="1">
          <mxGeometry x="410" y="210" width="100" height="30" as="geometry" />
        </mxCell>
-         <mxCell id="JVLtuT8sySUBbFbLTn6r-91" style="edgeStyle=orthogonalEdgeStyle;rounded=0;orthogonalLoop=1;jettySize=auto;html=1;exitX=0.25;exitY=1;exitDx=0;exitDy=0;entryX=0;entryY=0.75;entryDx=0;entryDy=0;strokeWidth=2;flowAnimation=1;strokeColor=#FF3333;" edge="1" parent="1" source="JVLtuT8sySUBbFbLTn6r-34" target="JVLtuT8sySUBbFbLTn6r-90">
-           <mxGeometry relative="1" as="geometry" />
-         </mxCell>
-         <mxCell id="JVLtuT8sySUBbFbLTn6r-92" style="edgeStyle=orthogonalEdgeStyle;rounded=0;orthogonalLoop=1;jettySize=auto;html=1;exitX=0.5;exitY=1;exitDx=0;exitDy=0;entryX=0;entryY=0.25;entryDx=0;entryDy=0;strokeWidth=2;flowAnimation=1;strokeColor=#4D4D4D;" edge="1" parent="1" source="JVLtuT8sySUBbFbLTn6r-34" target="JVLtuT8sySUBbFbLTn6r-90">
-           <mxGeometry relative="1" as="geometry" />
-         </mxCell>
-         <mxCell id="JVLtuT8sySUBbFbLTn6r-93" value="" style="sketch=0;outlineConnect=0;fontColor=#232F3E;gradientColor=none;fillColor=#01A88D;strokeColor=none;dashed=0;verticalLabelPosition=bottom;verticalAlign=top;align=center;html=1;fontSize=12;fontStyle=0;aspect=fixed;shape=mxgraph.aws4.agent2;" vertex="1" parent="1">
+         <mxCell id="JVLtuT8sySUBbFbLTn6r-91" style="edgeStyle=orthogonalEdgeStyle;rounded=0;orthogonalLoop=1;jettySize=auto;html=1;exitX=0.25;exitY=1;exitDx=0;exitDy=0;entryX=0;entryY=0.75;entryDx=0;entryDy=0;strokeWidth=2;flowAnimation=1;strokeColor=#FF3333;" parent="1" source="JVLtuT8sySUBbFbLTn6r-34" target="JVLtuT8sySUBbFbLTn6r-90" edge="1">
+           <mxGeometry relative="1" as="geometry" />
+         </mxCell>
+         <mxCell id="JVLtuT8sySUBbFbLTn6r-92" style="edgeStyle=orthogonalEdgeStyle;rounded=0;orthogonalLoop=1;jettySize=auto;html=1;exitX=0.5;exitY=1;exitDx=0;exitDy=0;entryX=0;entryY=0.25;entryDx=0;entryDy=0;strokeWidth=2;flowAnimation=1;strokeColor=#4D4D4D;" parent="1" source="JVLtuT8sySUBbFbLTn6r-34" target="JVLtuT8sySUBbFbLTn6r-90" edge="1">
+           <mxGeometry relative="1" as="geometry" />
+         </mxCell>
+         <mxCell id="JVLtuT8sySUBbFbLTn6r-93" value="" style="sketch=0;outlineConnect=0;fontColor=#232F3E;gradientColor=none;fillColor=#01A88D;strokeColor=none;dashed=0;verticalLabelPosition=bottom;verticalAlign=top;align=center;html=1;fontSize=12;fontStyle=0;aspect=fixed;shape=mxgraph.aws4.agent2;" parent="1" vertex="1">
          <mxGeometry x="500" y="215" width="20" height="20" as="geometry" />
+         </mxCell>
+         <mxCell id="0aRQkGjj-KWWZOeJOGup-1" value="" style="endArrow=classic;html=1;rounded=0;entryX=1;entryY=0.75;entryDx=0;entryDy=0;strokeWidth=3;strokeColor=#0000FF;flowAnimation=1;" edge="1" parent="1" target="JVLtuT8sySUBbFbLTn6r-19">
+           <mxGeometry width="50" height="50" relative="1" as="geometry">
+             <mxPoint x="40" y="560" as="sourcePoint" />
+             <mxPoint x="560" y="420" as="targetPoint" />
+             <Array as="points">
+               <mxPoint x="280" y="560" />
+               <mxPoint x="280" y="389" />
+             </Array>
+           </mxGeometry>
+         </mxCell>
+         <mxCell id="0aRQkGjj-KWWZOeJOGup-2" value="" style="group" vertex="1" connectable="0" parent="1">
+           <mxGeometry x="280" y="260" width="30" height="170" as="geometry" />
+         </mxCell>
+         <mxCell id="JVLtuT8sySUBbFbLTn6r-31" value="" style="rounded=1;whiteSpace=wrap;html=1;" parent="0aRQkGjj-KWWZOeJOGup-2" vertex="1">
+           <mxGeometry x="5" width="20" height="170" as="geometry" />
+         </mxCell>
+         <mxCell id="JVLtuT8sySUBbFbLTn6r-32" value="&lt;b&gt;&lt;font style=&quot;font-size: 14px;&quot;&gt;E&lt;/font&gt;&lt;/b&gt;&lt;div&gt;&lt;b&gt;&lt;font style=&quot;font-size: 14px;&quot;&gt;T&lt;/font&gt;&lt;/b&gt;&lt;/div&gt;&lt;div&gt;&lt;b&gt;&lt;font style=&quot;font-size: 14px;&quot;&gt;H&lt;/font&gt;&lt;/b&gt;&lt;/div&gt;&lt;div&gt;&lt;b&gt;&lt;font style=&quot;font-size: 14px;&quot;&gt;E&lt;/font&gt;&lt;/b&gt;&lt;/div&gt;&lt;div&gt;&lt;b&gt;&lt;font style=&quot;font-size: 14px;&quot;&gt;R&lt;/font&gt;&lt;/b&gt;&lt;/div&gt;&lt;div&gt;&lt;b&gt;&lt;font style=&quot;font-size: 14px;&quot;&gt;N&lt;/font&gt;&lt;/b&gt;&lt;/div&gt;&lt;div&gt;&lt;b&gt;&lt;font style=&quot;font-size: 14px;&quot;&gt;E&lt;/font&gt;&lt;/b&gt;&lt;/div&gt;&lt;div&gt;&lt;b&gt;&lt;font style=&quot;font-size: 14px;&quot;&gt;T&lt;/font&gt;&lt;/b&gt;&lt;/div&gt;" style="text;html=1;align=center;verticalAlign=middle;whiteSpace=wrap;rounded=0;" parent="0aRQkGjj-KWWZOeJOGup-2" vertex="1">
+           <mxGeometry y="10" width="30" height="150" as="geometry" />
        </mxCell>
      </root>
    </mxGraphModel>
  </diagram>
</mxfile>
